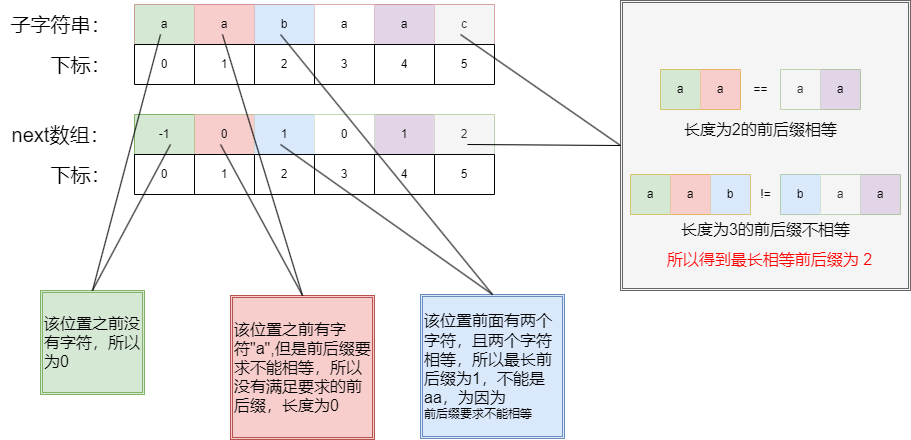
Before: algrithem/kmp_prefix.drawio.png, a diagram exported from draw.io (muxicode/c153080686). Source tidied: cells renumbered, new cells last; positions are measured from the earlier drawing's top-left corner, leaving out a move shared by most shapes. Source of this version:
```xml
<mxGraphModel>
  <root>
    <mxCell id="0" />
    <mxCell id="1" parent="0" />
    <mxCell id="2" style="shape=table;startSize=0;fillColor=#f8cecc;strokeColor=#b85450;" parent="1" vertex="1">
      <mxGeometry x="134" y="4" width="360" height="40" as="geometry" />
    </mxCell>
    <mxCell id="3" style="shape=tableRow;horizontal=0;startSize=0;swimlaneHead=0;swimlaneBody=0;strokeColor=inherit;top=0;left=0;bottom=0;right=0;fillColor=none;" parent="2" vertex="1">
      <mxGeometry width="360" height="40" as="geometry" />
    </mxCell>
    <mxCell id="4" value="a" style="shape=partialRectangle;html=1;whiteSpace=wrap;strokeColor=#82b366;overflow=hidden;fillColor=#d5e8d4;top=0;left=0;bottom=0;right=0;" parent="3" vertex="1">
      <mxGeometry width="60" height="40" as="geometry" />
    </mxCell>
    <mxCell id="5" value="a" style="shape=partialRectangle;html=1;whiteSpace=wrap;strokeColor=#b85450;overflow=hidden;fillColor=#f8cecc;top=0;left=0;bottom=0;right=0;" parent="3" vertex="1">
      <mxGeometry x="60" width="60" height="40" as="geometry" />
    </mxCell>
    <mxCell id="6" value="b" style="shape=partialRectangle;html=1;whiteSpace=wrap;strokeColor=#6c8ebf;overflow=hidden;fillColor=#dae8fc;top=0;left=0;bottom=0;right=0;" parent="3" vertex="1">
      <mxGeometry x="120" width="60" height="40" as="geometry" />
    </mxCell>
    <mxCell id="7" value="a" style="shape=partialRectangle;html=1;whiteSpace=wrap;overflow=hidden;top=0;left=0;bottom=0;right=0;" parent="3" vertex="1">
      <mxGeometry x="180" width="60" height="40" as="geometry" />
    </mxCell>
    <mxCell id="8" value="a" style="shape=partialRectangle;html=1;whiteSpace=wrap;strokeColor=#9673a6;overflow=hidden;fillColor=#e1d5e7;top=0;left=0;bottom=0;right=0;" parent="3" vertex="1">
      <mxGeometry x="240" width="60" height="40" as="geometry" />
    </mxCell>
    <mxCell id="9" value="c" style="shape=partialRectangle;html=1;whiteSpace=wrap;strokeColor=#666666;overflow=hidden;fillColor=#f5f5f5;top=0;left=0;bottom=0;right=0;fontColor=#333333;" parent="3" vertex="1">
      <mxGeometry x="300" width="60" height="40" as="geometry" />
    </mxCell>
    <mxCell id="10" style="shape=table;startSize=0;" parent="1" vertex="1">
      <mxGeometry x="134" y="44" width="360" height="40" as="geometry" />
    </mxCell>
    <mxCell id="11" style="shape=tableRow;horizontal=0;startSize=0;swimlaneHead=0;swimlaneBody=0;strokeColor=inherit;top=0;left=0;bottom=0;right=0;fillColor=none;" parent="10" vertex="1">
      <mxGeometry width="360" height="40" as="geometry" />
    </mxCell>
    <mxCell id="12" value="0" style="shape=partialRectangle;html=1;whiteSpace=wrap;strokeColor=inherit;overflow=hidden;fillColor=none;top=0;left=0;bottom=0;right=0;" parent="11" vertex="1">
      <mxGeometry width="60" height="40" as="geometry" />
    </mxCell>
    <mxCell id="13" value="1" style="shape=partialRectangle;html=1;whiteSpace=wrap;strokeColor=inherit;overflow=hidden;fillColor=none;top=0;left=0;bottom=0;right=0;" parent="11" vertex="1">
      <mxGeometry x="60" width="60" height="40" as="geometry" />
    </mxCell>
    <mxCell id="14" value="2" style="shape=partialRectangle;html=1;whiteSpace=wrap;strokeColor=inherit;overflow=hidden;fillColor=none;top=0;left=0;bottom=0;right=0;" parent="11" vertex="1">
      <mxGeometry x="120" width="60" height="40" as="geometry" />
    </mxCell>
    <mxCell id="15" value="3" style="shape=partialRectangle;html=1;whiteSpace=wrap;strokeColor=inherit;overflow=hidden;fillColor=none;top=0;left=0;bottom=0;right=0;" parent="11" vertex="1">
      <mxGeometry x="180" width="60" height="40" as="geometry" />
    </mxCell>
    <mxCell id="16" value="4" style="shape=partialRectangle;html=1;whiteSpace=wrap;strokeColor=inherit;overflow=hidden;fillColor=none;top=0;left=0;bottom=0;right=0;" parent="11" vertex="1">
      <mxGeometry x="240" width="60" height="40" as="geometry" />
    </mxCell>
    <mxCell id="17" value="5" style="shape=partialRectangle;html=1;whiteSpace=wrap;strokeColor=inherit;overflow=hidden;fillColor=none;top=0;left=0;bottom=0;right=0;" parent="11" vertex="1">
      <mxGeometry x="300" width="60" height="40" as="geometry" />
    </mxCell>
    <mxCell id="18" value="&lt;font style=&quot;font-size: 20px;&quot;&gt;子字符串：&lt;/font&gt;" style="text;html=1;align=center;verticalAlign=middle;strokeColor=none;fillColor=none;" parent="1" vertex="1">
      <mxGeometry y="4" width="120" height="40" as="geometry" />
    </mxCell>
    <mxCell id="19" value="&lt;font style=&quot;font-size: 20px;&quot;&gt;下标：&lt;/font&gt;" style="text;html=1;align=center;verticalAlign=middle;strokeColor=none;fillColor=none;" parent="1" vertex="1">
      <mxGeometry x="40" y="44" width="80" height="40" as="geometry" />
    </mxCell>
    <mxCell id="20" style="shape=table;startSize=0;fillColor=#d5e8d4;strokeColor=#82b366;" parent="1" vertex="1">
      <mxGeometry x="134" y="114" width="360" height="40" as="geometry" />
    </mxCell>
    <mxCell id="21" style="shape=tableRow;horizontal=0;startSize=0;swimlaneHead=0;swimlaneBody=0;strokeColor=inherit;top=0;left=0;bottom=0;right=0;fillColor=none;" parent="20" vertex="1">
      <mxGeometry width="360" height="40" as="geometry" />
    </mxCell>
    <mxCell id="22" value="-1" style="shape=partialRectangle;html=1;whiteSpace=wrap;strokeColor=inherit;overflow=hidden;fillColor=none;top=0;left=0;bottom=0;right=0;" parent="21" vertex="1">
      <mxGeometry width="60" height="40" as="geometry" />
    </mxCell>
    <mxCell id="23" value="0" style="shape=partialRectangle;html=1;whiteSpace=wrap;strokeColor=#b85450;overflow=hidden;fillColor=#f8cecc;top=0;left=0;bottom=0;right=0;" parent="21" vertex="1">
      <mxGeometry x="60" width="60" height="40" as="geometry" />
    </mxCell>
    <mxCell id="24" value="1" style="shape=partialRectangle;html=1;whiteSpace=wrap;strokeColor=#6c8ebf;overflow=hidden;fillColor=#dae8fc;top=0;left=0;bottom=0;right=0;" parent="21" vertex="1">
      <mxGeometry x="120" width="60" height="40" as="geometry" />
    </mxCell>
    <mxCell id="25" value="0" style="shape=partialRectangle;html=1;whiteSpace=wrap;overflow=hidden;top=0;left=0;bottom=0;right=0;" parent="21" vertex="1">
      <mxGeometry x="180" width="60" height="40" as="geometry" />
    </mxCell>
    <mxCell id="26" value="1" style="shape=partialRectangle;html=1;whiteSpace=wrap;strokeColor=#9673a6;overflow=hidden;fillColor=#e1d5e7;top=0;left=0;bottom=0;right=0;" parent="21" vertex="1">
      <mxGeometry x="240" width="60" height="40" as="geometry" />
    </mxCell>
    <mxCell id="27" value="2" style="shape=partialRectangle;html=1;whiteSpace=wrap;strokeColor=#666666;overflow=hidden;fillColor=#f5f5f5;top=0;left=0;bottom=0;right=0;fontColor=#333333;" parent="21" vertex="1">
      <mxGeometry x="300" width="60" height="40" as="geometry" />
    </mxCell>
    <mxCell id="28" style="shape=table;startSize=0;" parent="1" vertex="1">
      <mxGeometry x="134" y="154" width="360" height="40" as="geometry" />
    </mxCell>
    <mxCell id="29" style="shape=tableRow;horizontal=0;startSize=0;swimlaneHead=0;swimlaneBody=0;strokeColor=inherit;top=0;left=0;bottom=0;right=0;fillColor=none;" parent="28" vertex="1">
      <mxGeometry width="360" height="40" as="geometry" />
    </mxCell>
    <mxCell id="30" value="0" style="shape=partialRectangle;html=1;whiteSpace=wrap;strokeColor=inherit;overflow=hidden;fillColor=none;top=0;left=0;bottom=0;right=0;" parent="29" vertex="1">
      <mxGeometry width="60" height="40" as="geometry" />
    </mxCell>
    <mxCell id="31" value="1" style="shape=partialRectangle;html=1;whiteSpace=wrap;strokeColor=inherit;overflow=hidden;fillColor=none;top=0;left=0;bottom=0;right=0;" parent="29" vertex="1">
      <mxGeometry x="60" width="60" height="40" as="geometry" />
    </mxCell>
    <mxCell id="32" value="2" style="shape=partialRectangle;html=1;whiteSpace=wrap;strokeColor=inherit;overflow=hidden;fillColor=none;top=0;left=0;bottom=0;right=0;" parent="29" vertex="1">
      <mxGeometry x="120" width="60" height="40" as="geometry" />
    </mxCell>
    <mxCell id="33" value="3" style="shape=partialRectangle;html=1;whiteSpace=wrap;strokeColor=inherit;overflow=hidden;fillColor=none;top=0;left=0;bottom=0;right=0;" parent="29" vertex="1">
      <mxGeometry x="180" width="60" height="40" as="geometry" />
    </mxCell>
    <mxCell id="34" value="4" style="shape=partialRectangle;html=1;whiteSpace=wrap;strokeColor=inherit;overflow=hidden;fillColor=none;top=0;left=0;bottom=0;right=0;" parent="29" vertex="1">
      <mxGeometry x="240" width="60" height="40" as="geometry" />
    </mxCell>
    <mxCell id="35" value="5" style="shape=partialRectangle;html=1;whiteSpace=wrap;strokeColor=inherit;overflow=hidden;fillColor=none;top=0;left=0;bottom=0;right=0;" parent="29" vertex="1">
      <mxGeometry x="300" width="60" height="40" as="geometry" />
    </mxCell>
    <mxCell id="36" value="&lt;font style=&quot;font-size: 20px;&quot;&gt;next数组：&lt;/font&gt;" style="text;html=1;align=center;verticalAlign=middle;strokeColor=none;fillColor=none;" parent="1" vertex="1">
      <mxGeometry y="114" width="120" height="40" as="geometry" />
    </mxCell>
    <mxCell id="37" value="&lt;font style=&quot;font-size: 20px;&quot;&gt;下标：&lt;/font&gt;" style="text;html=1;align=center;verticalAlign=middle;strokeColor=none;fillColor=none;" parent="1" vertex="1">
      <mxGeometry x="40" y="154" width="80" height="40" as="geometry" />
    </mxCell>
    <mxCell id="38" value="&lt;div style=&quot;&quot;&gt;&lt;span style=&quot;background-color: initial; font-size: 16px;&quot;&gt;该位置之前没有字符，所以为0&lt;/span&gt;&lt;br&gt;&lt;/div&gt;" style="shape=ext;double=1;whiteSpace=wrap;html=1;align=left;fillColor=#d5e8d4;strokeColor=#82b366;" parent="1" vertex="1">
      <mxGeometry x="40" y="290" width="104" height="104" as="geometry" />
    </mxCell>
    <mxCell id="39" style="endArrow=none;html=1;rounded=0;exitX=0.5;exitY=0;exitDx=0;exitDy=0;" parent="1" edge="1" source="38">
      <mxGeometry relative="1" as="geometry">
        <mxPoint x="170" y="144" as="targetPoint" />
      </mxGeometry>
    </mxCell>
    <mxCell id="40" style="endArrow=none;html=1;rounded=0;exitX=0.5;exitY=0;exitDx=0;exitDy=0;" parent="1" edge="1" source="38">
      <mxGeometry relative="1" as="geometry">
        <mxPoint x="160" y="34" as="targetPoint" />
      </mxGeometry>
    </mxCell>
    <mxCell id="41" value="&lt;div style=&quot;&quot;&gt;&lt;span style=&quot;background-color: initial; font-size: 16px;&quot;&gt;该位置之前有字符&quot;a&quot;,但是前后缀要求不能相等，所以没有满足要求的前后缀，长度为0&lt;/span&gt;&lt;br&gt;&lt;/div&gt;" style="shape=ext;double=1;whiteSpace=wrap;html=1;align=left;fillColor=#f8cecc;strokeColor=#b85450;" parent="1" vertex="1">
      <mxGeometry x="230" y="295" width="144" height="144" as="geometry" />
    </mxCell>
    <mxCell id="42" style="endArrow=none;html=1;rounded=0;exitX=0.5;exitY=0;exitDx=0;exitDy=0;" parent="1" edge="1" source="41">
      <mxGeometry relative="1" as="geometry">
        <mxPoint x="220" y="144" as="targetPoint" />
      </mxGeometry>
    </mxCell>
    <mxCell id="43" style="endArrow=none;html=1;rounded=0;exitX=0.5;exitY=0;exitDx=0;exitDy=0;" parent="1" edge="1" source="41">
      <mxGeometry relative="1" as="geometry">
        <mxPoint x="222" y="34" as="targetPoint" />
      </mxGeometry>
    </mxCell>
    <mxCell id="44" value="&lt;div style=&quot;&quot;&gt;&lt;span style=&quot;font-size: 16px;&quot;&gt;该位置前面有两个字符，且两个字符相等，所以最长前后缀为1，不能是aa，为因为&lt;/span&gt;&lt;/div&gt;前后缀要求不能相等" style="shape=ext;double=1;whiteSpace=wrap;html=1;align=left;fillColor=#dae8fc;strokeColor=#6c8ebf;" parent="1" vertex="1">
      <mxGeometry x="420" y="294" width="144" height="144" as="geometry" />
    </mxCell>
    <mxCell id="45" value="&lt;br&gt;&lt;div style=&quot;&quot;&gt;&lt;/div&gt;" style="shape=ext;double=1;whiteSpace=wrap;html=1;align=left;fillColor=#f5f5f5;strokeColor=#666666;fontColor=#333333;" parent="1" vertex="1">
      <mxGeometry x="620" width="290" height="290" as="geometry" />
    </mxCell>
    <mxCell id="46" style="endArrow=none;html=1;rounded=0;exitX=0.5;exitY=0;exitDx=0;exitDy=0;" parent="1" edge="1" source="44">
      <mxGeometry relative="1" as="geometry">
        <mxPoint x="280" y="144" as="targetPoint" />
      </mxGeometry>
    </mxCell>
    <mxCell id="47" style="endArrow=none;html=1;rounded=0;exitX=0.5;exitY=0;exitDx=0;exitDy=0;" parent="1" edge="1" source="44">
      <mxGeometry relative="1" as="geometry">
        <mxPoint x="280" y="34" as="targetPoint" />
      </mxGeometry>
    </mxCell>
    <mxCell id="48" style="endArrow=none;html=1;rounded=0;exitX=0;exitY=0.5;exitDx=0;exitDy=0;" parent="1" edge="1" source="45">
      <mxGeometry relative="1" as="geometry">
        <mxPoint x="467" y="144" as="targetPoint" />
      </mxGeometry>
    </mxCell>
    <mxCell id="49" style="endArrow=none;html=1;rounded=0;entryX=0;entryY=0.5;entryDx=0;entryDy=0;" parent="1" edge="1" target="45">
      <mxGeometry relative="1" as="geometry">
        <mxPoint x="460" y="34" as="sourcePoint" />
      </mxGeometry>
    </mxCell>
    <mxCell id="50" style="shape=table;startSize=0;fillColor=#ffe6cc;strokeColor=#d79b00;" parent="1" vertex="1">
      <mxGeometry x="660" y="69" width="80" height="40" as="geometry" />
    </mxCell>
    <mxCell id="51" style="shape=tableRow;horizontal=0;startSize=0;swimlaneHead=0;swimlaneBody=0;strokeColor=inherit;top=0;left=0;bottom=0;right=0;fillColor=none;" parent="50" vertex="1">
      <mxGeometry width="80" height="40" as="geometry" />
    </mxCell>
    <mxCell id="52" value="a" style="shape=partialRectangle;html=1;whiteSpace=wrap;strokeColor=#82b366;overflow=hidden;fillColor=#d5e8d4;top=0;left=0;bottom=0;right=0;" parent="51" vertex="1">
      <mxGeometry width="40" height="40" as="geometry" />
    </mxCell>
    <mxCell id="53" value="a" style="shape=partialRectangle;html=1;whiteSpace=wrap;strokeColor=#b85450;overflow=hidden;fillColor=#f8cecc;top=0;left=0;bottom=0;right=0;" parent="51" vertex="1">
      <mxGeometry x="40" width="40" height="40" as="geometry" />
    </mxCell>
    <mxCell id="54" value="==" style="text;html=1;align=center;verticalAlign=middle;strokeColor=none;fillColor=none;" parent="1" vertex="1">
      <mxGeometry x="740" y="74" width="40" height="30" as="geometry" />
    </mxCell>
    <mxCell id="55" style="shape=table;startSize=0;fillColor=#d5e8d4;strokeColor=#82b366;" parent="1" vertex="1">
      <mxGeometry x="780" y="69" width="80" height="40" as="geometry" />
    </mxCell>
    <mxCell id="56" style="shape=tableRow;horizontal=0;startSize=0;swimlaneHead=0;swimlaneBody=0;strokeColor=inherit;top=0;left=0;bottom=0;right=0;fillColor=none;" parent="55" vertex="1">
      <mxGeometry width="80" height="40" as="geometry" />
    </mxCell>
    <mxCell id="57" value="a" style="shape=partialRectangle;html=1;whiteSpace=wrap;strokeColor=#666666;overflow=hidden;fillColor=#f5f5f5;top=0;left=0;bottom=0;right=0;fontColor=#333333;" parent="56" vertex="1">
      <mxGeometry width="40" height="40" as="geometry" />
    </mxCell>
    <mxCell id="58" value="a" style="shape=partialRectangle;html=1;whiteSpace=wrap;strokeColor=#9673a6;overflow=hidden;fillColor=#e1d5e7;top=0;left=0;bottom=0;right=0;" parent="56" vertex="1">
      <mxGeometry x="40" width="40" height="40" as="geometry" />
    </mxCell>
    <mxCell id="59" style="shape=table;startSize=0;fillColor=#ffe6cc;strokeColor=#d79b00;" parent="1" vertex="1">
      <mxGeometry x="630" y="174" width="120" height="40" as="geometry" />
    </mxCell>
    <mxCell id="60" style="shape=tableRow;horizontal=0;startSize=0;swimlaneHead=0;swimlaneBody=0;strokeColor=inherit;top=0;left=0;bottom=0;right=0;fillColor=none;" parent="59" vertex="1">
      <mxGeometry width="120" height="40" as="geometry" />
    </mxCell>
    <mxCell id="61" value="a" style="shape=partialRectangle;html=1;whiteSpace=wrap;strokeColor=#82b366;overflow=hidden;fillColor=#d5e8d4;top=0;left=0;bottom=0;right=0;" parent="60" vertex="1">
      <mxGeometry width="40" height="40" as="geometry" />
    </mxCell>
    <mxCell id="62" value="a" style="shape=partialRectangle;html=1;whiteSpace=wrap;strokeColor=#b85450;overflow=hidden;fillColor=#f8cecc;top=0;left=0;bottom=0;right=0;" parent="60" vertex="1">
      <mxGeometry x="40" width="40" height="40" as="geometry" />
    </mxCell>
    <mxCell id="63" value="b" style="shape=partialRectangle;html=1;whiteSpace=wrap;strokeColor=#6c8ebf;overflow=hidden;fillColor=#dae8fc;top=0;left=0;bottom=0;right=0;" parent="60" vertex="1">
      <mxGeometry x="80" width="40" height="40" as="geometry" />
    </mxCell>
    <mxCell id="64" style="shape=table;startSize=0;fillColor=#d5e8d4;strokeColor=#82b366;" parent="1" vertex="1">
      <mxGeometry x="780" y="174" width="120" height="40" as="geometry" />
    </mxCell>
    <mxCell id="65" style="shape=tableRow;horizontal=0;startSize=0;swimlaneHead=0;swimlaneBody=0;strokeColor=inherit;top=0;left=0;bottom=0;right=0;fillColor=none;" parent="64" vertex="1">
      <mxGeometry width="120" height="40" as="geometry" />
    </mxCell>
    <mxCell id="66" value="b" style="shape=partialRectangle;html=1;whiteSpace=wrap;strokeColor=#6c8ebf;overflow=hidden;fillColor=#dae8fc;top=0;left=0;bottom=0;right=0;" parent="65" vertex="1">
      <mxGeometry width="40" height="40" as="geometry" />
    </mxCell>
    <mxCell id="67" value="a" style="shape=partialRectangle;html=1;whiteSpace=wrap;strokeColor=#666666;overflow=hidden;fillColor=#f5f5f5;top=0;left=0;bottom=0;right=0;fontColor=#333333;" parent="65" vertex="1">
      <mxGeometry x="40" width="40" height="40" as="geometry" />
    </mxCell>
    <mxCell id="68" value="a" style="shape=partialRectangle;html=1;whiteSpace=wrap;strokeColor=#9673a6;overflow=hidden;fillColor=#e1d5e7;top=0;left=0;bottom=0;right=0;" parent="65" vertex="1">
      <mxGeometry x="80" width="40" height="40" as="geometry" />
    </mxCell>
    <mxCell id="69" value="!=" style="text;html=1;align=center;verticalAlign=middle;strokeColor=none;fillColor=none;" parent="1" vertex="1">
      <mxGeometry x="750" y="179" width="30" height="30" as="geometry" />
    </mxCell>
    <mxCell id="70" value="&lt;font color=&quot;#ff0000&quot; style=&quot;font-size: 16px;&quot;&gt;所以得到最长相等前后缀为 2&lt;/font&gt;" style="text;html=1;align=center;verticalAlign=middle;strokeColor=none;fillColor=none;" parent="1" vertex="1">
      <mxGeometry x="654" y="244" width="230" height="30" as="geometry" />
    </mxCell>
    <mxCell id="71" value="&lt;span style=&quot;font-size: 16px;&quot;&gt;长度为2的前后缀相等&lt;/span&gt;" style="text;html=1;align=center;verticalAlign=middle;strokeColor=none;fillColor=none;" parent="1" vertex="1">
      <mxGeometry x="670" y="114" width="180" height="30" as="geometry" />
    </mxCell>
    <mxCell id="72" value="&lt;span style=&quot;font-size: 16px;&quot;&gt;长度为3的前后缀不相等&lt;/span&gt;" style="text;html=1;align=center;verticalAlign=middle;strokeColor=none;fillColor=none;" parent="1" vertex="1">
      <mxGeometry x="670" y="214" width="190" height="30" as="geometry" />
    </mxCell>
  </root>
</mxGraphModel>
```
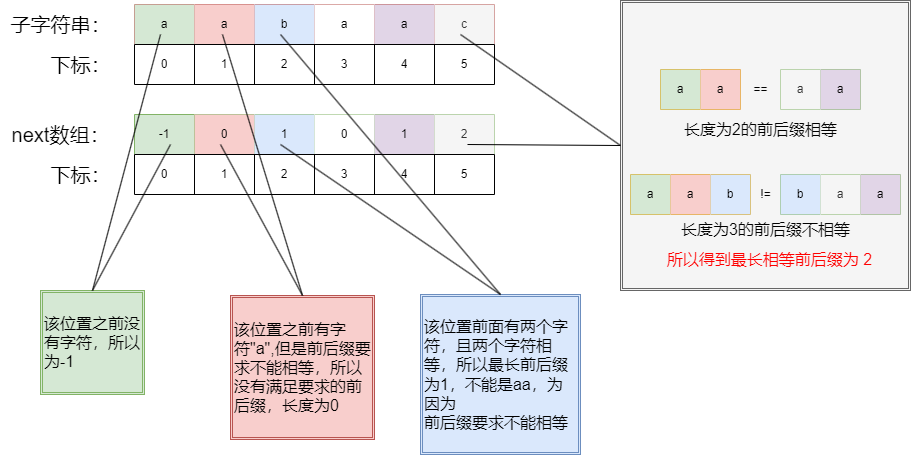
The same diagram one commit later.

Change to the diagram source:
```diff
@@ -110,7 +110,7 @@
     <mxCell id="37" value="&lt;font style=&quot;font-size: 20px;&quot;&gt;下标：&lt;/font&gt;" style="text;html=1;align=center;verticalAlign=middle;strokeColor=none;fillColor=none;" parent="1" vertex="1">
       <mxGeometry x="40" y="154" width="80" height="40" as="geometry" />
     </mxCell>
-    <mxCell id="38" value="&lt;div style=&quot;&quot;&gt;&lt;span style=&quot;background-color: initial; font-size: 16px;&quot;&gt;该位置之前没有字符，所以为0&lt;/span&gt;&lt;br&gt;&lt;/div&gt;" style="shape=ext;double=1;whiteSpace=wrap;html=1;align=left;fillColor=#d5e8d4;strokeColor=#82b366;" parent="1" vertex="1">
+    <mxCell id="38" value="&lt;div style=&quot;&quot;&gt;&lt;span style=&quot;background-color: initial; font-size: 16px;&quot;&gt;该位置之前没有字符，所以为-1&lt;/span&gt;&lt;br&gt;&lt;/div&gt;" style="shape=ext;double=1;whiteSpace=wrap;html=1;align=left;fillColor=#d5e8d4;strokeColor=#82b366;" parent="1" vertex="1">
       <mxGeometry x="40" y="290" width="104" height="104" as="geometry" />
     </mxCell>
     <mxCell id="39" style="endArrow=none;html=1;rounded=0;exitX=0.5;exitY=0;exitDx=0;exitDy=0;" parent="1" edge="1" source="38">
@@ -136,8 +136,8 @@
         <mxPoint x="222" y="34" as="targetPoint" />
       </mxGeometry>
     </mxCell>
-    <mxCell id="44" value="&lt;div style=&quot;&quot;&gt;&lt;span style=&quot;font-size: 16px;&quot;&gt;该位置前面有两个字符，且两个字符相等，所以最长前后缀为1，不能是aa，为因为&lt;/span&gt;&lt;/div&gt;前后缀要求不能相等" style="shape=ext;double=1;whiteSpace=wrap;html=1;align=left;fillColor=#dae8fc;strokeColor=#6c8ebf;" parent="1" vertex="1">
-      <mxGeometry x="420" y="294" width="144" height="144" as="geometry" />
+    <mxCell id="44" value="&lt;div style=&quot;&quot;&gt;&lt;span style=&quot;font-size: 16px;&quot;&gt;该位置前面有两个字符，且两个字符相等，所以最长前后缀为1，不能是aa，为因为&lt;/span&gt;&lt;/div&gt;&lt;font style=&quot;font-size: 16px;&quot;&gt;前后缀要求不能相等&lt;/font&gt;" style="shape=ext;double=1;whiteSpace=wrap;html=1;align=left;fillColor=#dae8fc;strokeColor=#6c8ebf;" parent="1" vertex="1">
+      <mxGeometry x="420" y="294" width="160" height="160" as="geometry" />
     </mxCell>
     <mxCell id="45" value="&lt;br&gt;&lt;div style=&quot;&quot;&gt;&lt;/div&gt;" style="shape=ext;double=1;whiteSpace=wrap;html=1;align=left;fillColor=#f5f5f5;strokeColor=#666666;fontColor=#333333;" parent="1" vertex="1">
       <mxGeometry x="620" width="290" height="290" as="geometry" />
```
